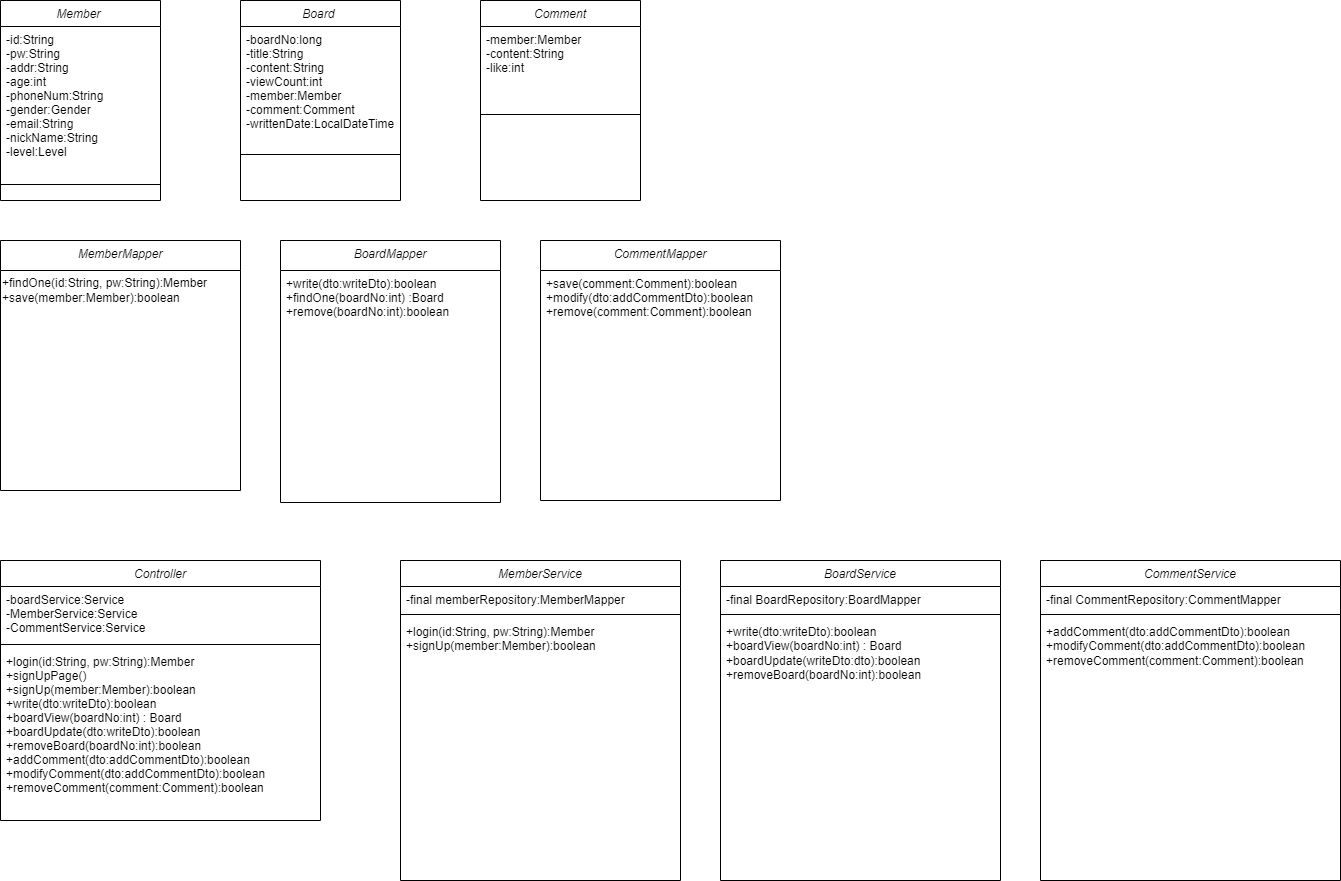
Above: classdiagram/클래스다이어그램.drawio.png in foreverTeam4/four (draw.io), before the change. Source tidied: cells renumbered, new cells last; positions are measured from the earlier drawing's top-left corner, leaving out a move shared by most shapes.
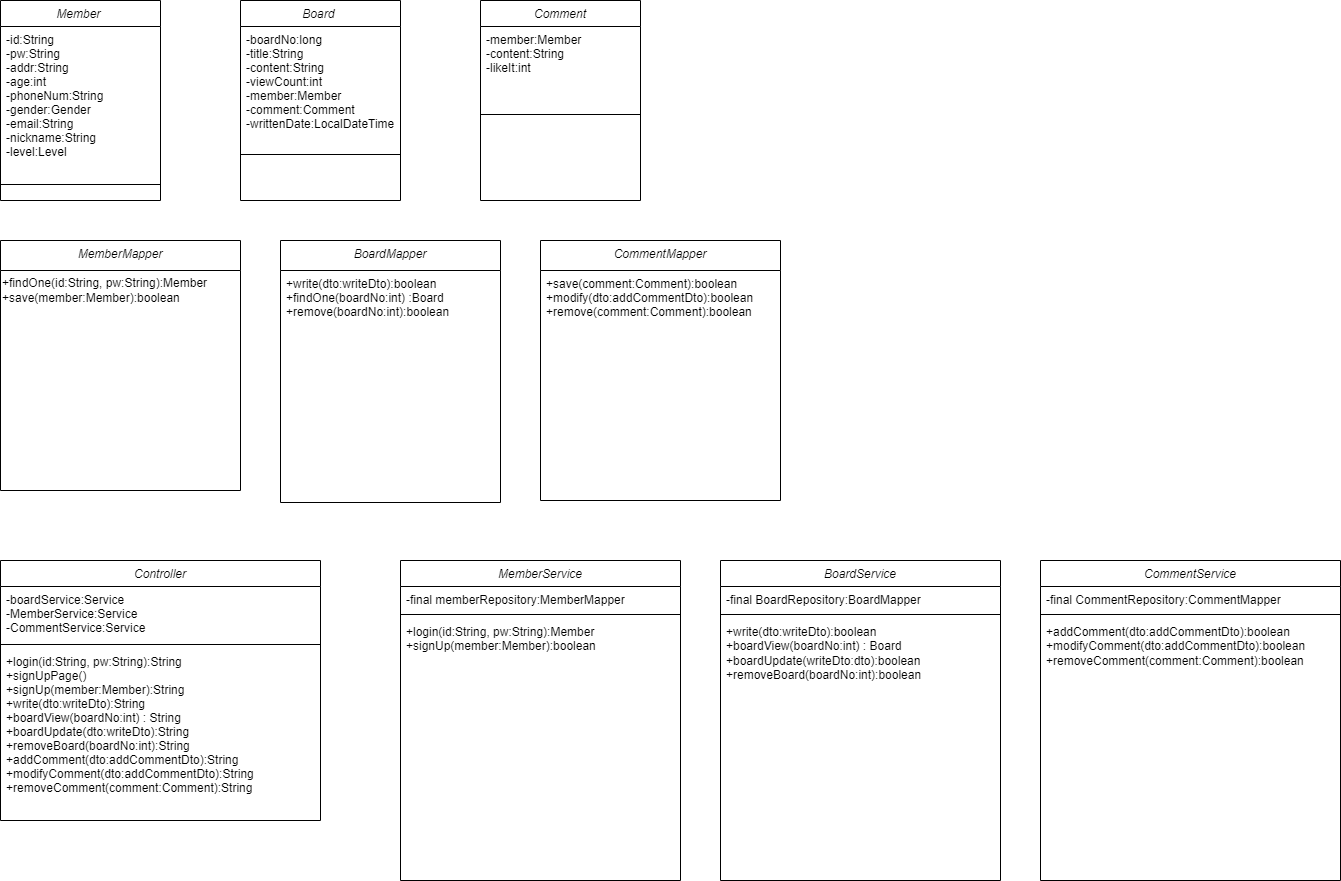
Above is the later version.

Commit message:
annotation, sql table

Diff of the diagram source:
```diff
@@ -5,7 +5,7 @@
     <mxCell id="2" value="Member " style="swimlane;fontStyle=2;align=center;verticalAlign=top;horizontal=1;startSize=26;rounded=0;shadow=0;strokeWidth=1;" parent="1" vertex="1">
       <mxGeometry width="160" height="200" as="geometry" />
     </mxCell>
-    <mxCell id="3" value="-id:String&#10;-pw:String&#10;-addr:String&#10;-age:int&#10;-phoneNum:String&#10;-gender:Gender&#10;-email:String&#10;-nickName:String&#10;-level:Level&#10;&#10;" style="text;align=left;verticalAlign=top;spacingLeft=4;spacingRight=4;overflow=hidden;rounded=0;shadow=0;html=0;" parent="2" vertex="1">
+    <mxCell id="3" value="-id:String&#10;-pw:String&#10;-addr:String&#10;-age:int&#10;-phoneNum:String&#10;-gender:Gender&#10;-email:String&#10;-nickname:String&#10;-level:Level&#10;&#10;" style="text;align=left;verticalAlign=top;spacingLeft=4;spacingRight=4;overflow=hidden;rounded=0;shadow=0;html=0;" parent="2" vertex="1">
       <mxGeometry y="26" width="160" height="154" as="geometry" />
     </mxCell>
     <mxCell id="4" style="line;html=1;strokeWidth=1;align=left;verticalAlign=middle;spacingTop=-1;spacingLeft=3;spacingRight=3;labelPosition=right;" parent="2" vertex="1">
@@ -23,7 +23,7 @@
     <mxCell id="8" value="Comment" style="swimlane;fontStyle=2;align=center;verticalAlign=top;horizontal=1;startSize=26;rounded=0;shadow=0;strokeWidth=1;" parent="1" vertex="1">
       <mxGeometry x="480" width="160" height="200" as="geometry" />
     </mxCell>
-    <mxCell id="9" value="-member:Member&#10;-content:String&#10;-like:int" style="text;align=left;verticalAlign=top;spacingLeft=4;spacingRight=4;overflow=hidden;rounded=0;shadow=0;html=0;" parent="8" vertex="1">
+    <mxCell id="9" value="-member:Member&#10;-content:String&#10;-likeIt:int" style="text;align=left;verticalAlign=top;spacingLeft=4;spacingRight=4;overflow=hidden;rounded=0;shadow=0;html=0;" parent="8" vertex="1">
       <mxGeometry y="26" width="160" height="84" as="geometry" />
     </mxCell>
     <mxCell id="10" style="line;html=1;strokeWidth=1;align=left;verticalAlign=middle;spacingTop=-1;spacingLeft=3;spacingRight=3;labelPosition=right;" parent="8" vertex="1">
@@ -38,7 +38,7 @@
     <mxCell id="13" style="line;html=1;strokeWidth=1;align=left;verticalAlign=middle;spacingTop=-1;spacingLeft=3;spacingRight=3;labelPosition=right;" parent="11" vertex="1">
       <mxGeometry y="80" width="320" height="8" as="geometry" />
     </mxCell>
-    <mxCell id="14" value="+login(id:String, pw:String):Member&#10;+signUpPage()&#10;+signUp(member:Member):boolean&#10;+write(dto:writeDto):boolean&#10;+boardView(boardNo:int) : Board&#10;+boardUpdate(dto:writeDto):boolean&#10;+removeBoard(boardNo:int):boolean&#10;+addComment(dto:addCommentDto):boolean&#10;+modifyComment(dto:addCommentDto):boolean&#10;+removeComment(comment:Comment):boolean" style="text;align=left;verticalAlign=top;spacingLeft=4;spacingRight=4;overflow=hidden;rounded=0;shadow=0;html=0;" parent="11" vertex="1">
+    <mxCell id="14" value="+login(id:String, pw:String):String&#10;+signUpPage()&#10;+signUp(member:Member):String&#10;+write(dto:writeDto):String&#10;+boardView(boardNo:int) : String&#10;+boardUpdate(dto:writeDto):String&#10;+removeBoard(boardNo:int):String&#10;+addComment(dto:addCommentDto):String&#10;+modifyComment(dto:addCommentDto):String&#10;+removeComment(comment:Comment):String" style="text;align=left;verticalAlign=top;spacingLeft=4;spacingRight=4;overflow=hidden;rounded=0;shadow=0;html=0;" parent="11" vertex="1">
       <mxGeometry y="88" width="320" height="172" as="geometry" />
     </mxCell>
     <mxCell id="15" value="MemberService" style="swimlane;fontStyle=2;align=center;verticalAlign=top;horizontal=1;startSize=26;rounded=0;shadow=0;strokeWidth=1;" parent="1" vertex="1">
```
